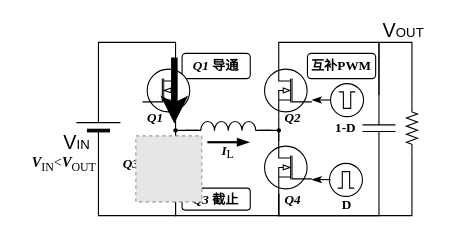
This is diagram/figure3_4.drawio from huhu6608/3Paths_UPS, a draw.io file, before an edit. Source tidied: cells renumbered, new cells numbered last; positions are measured from the earlier drawing's top-left corner, leaving out a move shared by most shapes. Both pictures are drawn from the tidied source at 110%, with x=0, y=0 at pixel (19, 20). Pictures stored in the file or linked from it are replaced by grey dashed boxes.
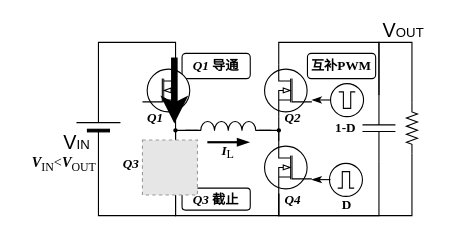
The same diagram, later.

The edit, as a diff of the source:
```diff
@@
-    <mxCell id="34" style="fillColor=#E6E6E6;strokeColor=#999999;dashed=1;html=1;verticalAlign=top;verticalLabelPosition=bottom;labelBackgroundColor=#ffffff;rotation=0;" parent="1" vertex="1">
-      <mxGeometry x="106" y="105" width="60" height="60" as="geometry" />
-    </mxCell>
@@
+    <mxCell id="45" style="fillColor=#E6E6E6;strokeColor=#999999;dashed=1;html=1;verticalAlign=top;verticalLabelPosition=bottom;labelBackgroundColor=#ffffff;" parent="1" vertex="1">
+      <mxGeometry x="112" y="108.8" width="50" height="50" as="geometry" />
+    </mxCell>
```
